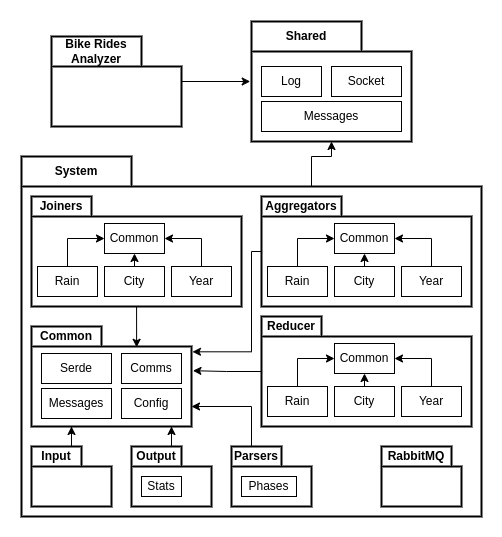
The draw.io diagram informe/diagramas/Paquetes.png in fdelu/distribuidos-tp2, before a commit. Source tidied: cells renumbered, new cells last; positions are measured from the earlier drawing's top-left corner, leaving out a move shared by most shapes.
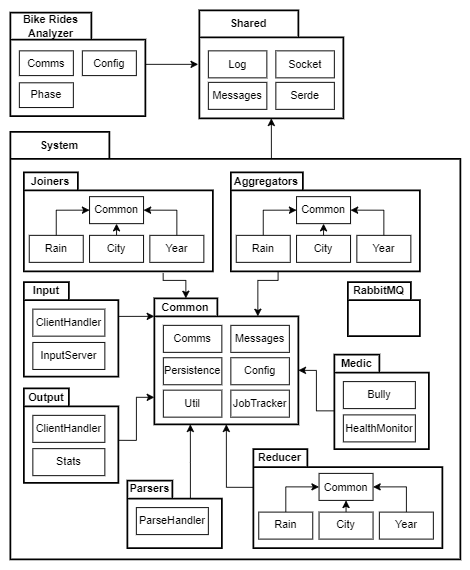
Later version of the same file.

The edit, as a diff of the source:
```diff
@@ -6,76 +6,90 @@
       <mxGeometry relative="1" as="geometry" />
     </mxCell>
     <mxCell id="3" value="Bike Rides Analyzer" style="shape=folder;fontStyle=1;tabWidth=90;tabHeight=30;tabPosition=left;html=1;boundedLbl=1;labelInHeader=1;whiteSpace=wrap;strokeWidth=2;" parent="1" vertex="1">
-      <mxGeometry x="30" y="15" width="130" height="90" as="geometry" />
+      <mxGeometry y="2.5" width="150" height="115" as="geometry" />
     </mxCell>
+    <mxCell id="51" value="Comms" style="html=1;whiteSpace=wrap;" parent="3" vertex="1">
+      <mxGeometry x="10" y="42.5" width="60" height="27.5" as="geometry" />
+    </mxCell>
+    <mxCell id="52" value="Config" style="html=1;whiteSpace=wrap;" parent="3" vertex="1">
+      <mxGeometry x="80" y="42.5" width="60" height="27.5" as="geometry" />
+    </mxCell>
+    <mxCell id="53" value="Phase" style="html=1;whiteSpace=wrap;" parent="3" vertex="1">
+      <mxGeometry x="10" y="78" width="60" height="27.5" as="geometry" />
+    </mxCell>
     <mxCell id="4" style="edgeStyle=orthogonalEdgeStyle;rounded=0;jettySize=auto;html=1;entryX=0.5;entryY=1;entryDx=0;entryDy=0;entryPerimeter=0;exitX=0;exitY=0;exitDx=260;exitDy=30;exitPerimeter=0;" parent="1" edge="1" source="5" target="47">
       <mxGeometry relative="1" as="geometry">
         <Array as="points">
           <mxPoint x="290" y="165" />
-          <mxPoint x="290" y="135" />
-          <mxPoint x="310" y="135" />
         </Array>
       </mxGeometry>
     </mxCell>
     <mxCell id="5" value="System" style="shape=folder;fontStyle=1;tabWidth=110;tabHeight=30;tabPosition=left;html=1;boundedLbl=1;labelInHeader=1;whiteSpace=wrap;strokeWidth=2;" parent="1" vertex="1">
-      <mxGeometry y="135" width="460" height="360" as="geometry" />
+      <mxGeometry y="135" width="500" height="475" as="geometry" />
     </mxCell>
-    <mxCell id="6" style="edgeStyle=orthogonalEdgeStyle;rounded=0;jettySize=auto;html=1;entryX=0.25;entryY=1;entryDx=0;entryDy=0;entryPerimeter=0;" parent="5" edge="1" source="7" target="8">
-      <mxGeometry relative="1" as="geometry" />
+    <mxCell id="6" style="edgeStyle=orthogonalEdgeStyle;rounded=0;jettySize=auto;html=1;entryX=0;entryY=0;entryDx=0;entryDy=20;entryPerimeter=0;exitX=0;exitY=0;exitDx=105;exitDy=62.5;exitPerimeter=0;" parent="5" edge="1" source="7" target="8">
+      <mxGeometry relative="1" as="geometry">
+        <Array as="points">
+          <mxPoint x="120" y="205" />
+        </Array>
+      </mxGeometry>
     </mxCell>
     <mxCell id="7" value="Input" style="shape=folder;fontStyle=1;tabWidth=50;tabHeight=20;tabPosition=left;html=1;boundedLbl=1;labelInHeader=1;whiteSpace=wrap;strokeWidth=2;" parent="5" vertex="1">
-      <mxGeometry x="10" y="290" width="80" height="60" as="geometry" />
+      <mxGeometry x="15" y="167" width="105" height="105" as="geometry" />
     </mxCell>
+    <mxCell id="54" value="ClientHandler" style="html=1;whiteSpace=wrap;" parent="7" vertex="1">
+      <mxGeometry x="10" y="30" width="80" height="30" as="geometry" />
+    </mxCell>
+    <mxCell id="55" value="InputServer" style="html=1;whiteSpace=wrap;" parent="7" vertex="1">
+      <mxGeometry x="10" y="67" width="80" height="30" as="geometry" />
+    </mxCell>
     <mxCell id="8" value="Common" style="shape=folder;fontStyle=1;tabWidth=70;tabHeight=20;tabPosition=left;html=1;boundedLbl=1;labelInHeader=1;whiteSpace=wrap;strokeWidth=2;" parent="5" vertex="1">
-      <mxGeometry x="10" y="170" width="160" height="100" as="geometry" />
+      <mxGeometry x="160" y="185" width="160" height="140" as="geometry" />
     </mxCell>
-    <mxCell id="9" value="Serde" style="html=1;whiteSpace=wrap;" parent="8" vertex="1">
-      <mxGeometry width="70" height="30" relative="1" as="geometry">
-        <mxPoint x="10" y="27" as="offset" />
-      </mxGeometry>
-    </mxCell>
+    <mxCell id="56" value="Util" style="html=1;whiteSpace=wrap;" parent="8" vertex="1">
+      <mxGeometry x="10" y="102" width="65" height="30" as="geometry" />
+    </mxCell>
+    <mxCell id="57" value="JobTracker" style="html=1;whiteSpace=wrap;" parent="8" vertex="1">
+      <mxGeometry x="85" y="102" width="65" height="30" as="geometry" />
+    </mxCell>
+    <mxCell id="58" value="Persistence" style="html=1;whiteSpace=wrap;" parent="8" vertex="1">
+      <mxGeometry x="10" y="66" width="65" height="30" as="geometry" />
+    </mxCell>
+    <mxCell id="59" value="Comms" style="html=1;whiteSpace=wrap;" parent="8" vertex="1">
+      <mxGeometry x="10" y="30" width="65" height="30" as="geometry" />
+    </mxCell>
     <mxCell id="10" value="Messages" style="html=1;whiteSpace=wrap;" parent="8" vertex="1">
-      <mxGeometry x="10" y="62" width="70" height="30" as="geometry" />
+      <mxGeometry x="85" y="30" width="65" height="30" as="geometry" />
     </mxCell>
-    <mxCell id="11" value="Comms" style="html=1;whiteSpace=wrap;" parent="8" vertex="1">
-      <mxGeometry x="90" y="27" width="60" height="30" as="geometry" />
-    </mxCell>
-    <mxCell id="12" value="Config" style="html=1;whiteSpace=wrap;" parent="8" vertex="1">
-      <mxGeometry x="90" y="62" width="60" height="30" as="geometry" />
-    </mxCell>
+    <mxCell id="60" value="Config" style="html=1;whiteSpace=wrap;" parent="8" vertex="1">
+      <mxGeometry x="85" y="66" width="65" height="30" as="geometry" />
+    </mxCell>
-    <mxCell id="13" style="edgeStyle=orthogonalEdgeStyle;rounded=0;jettySize=auto;html=1;entryX=0.875;entryY=1;entryDx=0;entryDy=0;entryPerimeter=0;" parent="5" edge="1" source="14" target="8">
-      <mxGeometry relative="1" as="geometry" />
+    <mxCell id="13" style="edgeStyle=orthogonalEdgeStyle;rounded=0;jettySize=auto;html=1;entryX=0;entryY=0;entryDx=0;entryDy=110;entryPerimeter=0;exitX=1.008;exitY=0.55;exitDx=0;exitDy=0;exitPerimeter=0;" parent="5" edge="1" source="14" target="8">
+      <mxGeometry relative="1" as="geometry">
+        <Array as="points">
+          <mxPoint x="140" y="343" />
+          <mxPoint x="140" y="295" />
+        </Array>
+      </mxGeometry>
     </mxCell>
-    <mxCell id="14" value="Output" style="shape=folder;fontStyle=1;tabWidth=50;tabHeight=20;tabPosition=left;html=1;boundedLbl=1;labelInHeader=1;whiteSpace=wrap;strokeWidth=2;" parent="5" vertex="1">
-      <mxGeometry x="110" y="290" width="80" height="60" as="geometry" />
-    </mxCell>
-    <mxCell id="15" value="Stats" style="html=1;whiteSpace=wrap;" parent="14" vertex="1">
-      <mxGeometry x="10" y="30" width="40" height="20" as="geometry" />
-    </mxCell>
-    <mxCell id="16" style="edgeStyle=orthogonalEdgeStyle;rounded=0;jettySize=auto;html=1;entryX=0;entryY=0;entryDx=160;entryDy=80;entryPerimeter=0;" parent="5" edge="1" source="17" target="8">
+    <mxCell id="16" style="edgeStyle=orthogonalEdgeStyle;rounded=0;jettySize=auto;html=1;entryX=0.25;entryY=1;entryDx=0;entryDy=0;entryPerimeter=0;exitX=0.575;exitY=0.273;exitDx=0;exitDy=0;exitPerimeter=0;" parent="5" edge="1" source="17" target="8">
       <mxGeometry relative="1" as="geometry">
         <Array as="points">
-          <mxPoint x="230" y="250" />
+          <mxPoint x="200" y="367" />
+          <mxPoint x="200" y="355" />
         </Array>
       </mxGeometry>
     </mxCell>
-    <mxCell id="17" value="Parsers" style="shape=folder;fontStyle=1;tabWidth=50;tabHeight=20;tabPosition=left;html=1;boundedLbl=1;labelInHeader=1;whiteSpace=wrap;strokeWidth=2;" parent="5" vertex="1">
-      <mxGeometry x="210" y="290" width="80" height="60" as="geometry" />
-    </mxCell>
-    <mxCell id="18" value="Phases" style="html=1;whiteSpace=wrap;" parent="17" vertex="1">
-      <mxGeometry x="10" y="30" width="55" height="20" as="geometry" />
-    </mxCell>
-    <mxCell id="19" style="edgeStyle=orthogonalEdgeStyle;rounded=0;jettySize=auto;html=1;entryX=1.006;entryY=0.253;entryDx=0;entryDy=0;entryPerimeter=0;" parent="5" edge="1" source="20" target="8">
+    <mxCell id="19" style="edgeStyle=orthogonalEdgeStyle;rounded=0;jettySize=auto;html=1;entryX=0;entryY=0;entryDx=115;entryDy=20;entryPerimeter=0;exitX=0.25;exitY=1;exitDx=0;exitDy=0;exitPerimeter=0;" parent="5" edge="1" source="20" target="8">
       <mxGeometry relative="1" as="geometry">
         <Array as="points">
-          <mxPoint x="230" y="95" />
-          <mxPoint x="230" y="195" />
-          <mxPoint x="171" y="195" />
+          <mxPoint x="298" y="165" />
+          <mxPoint x="275" y="165" />
         </Array>
       </mxGeometry>
     </mxCell>
     <mxCell id="20" value="Aggregators" style="shape=folder;fontStyle=1;tabWidth=80;tabHeight=20;tabPosition=left;html=1;boundedLbl=1;labelInHeader=1;whiteSpace=wrap;strokeWidth=2;" parent="5" vertex="1">
-      <mxGeometry x="240" y="40" width="210" height="110" as="geometry" />
+      <mxGeometry x="245" y="45" width="210" height="110" as="geometry" />
     </mxCell>
     <mxCell id="21" style="edgeStyle=orthogonalEdgeStyle;rounded=0;jettySize=auto;html=1;entryX=0;entryY=0.5;entryDx=0;entryDy=0;" parent="20" edge="1" source="22" target="27">
       <mxGeometry relative="1" as="geometry">
@@ -106,11 +120,11 @@
     <mxCell id="27" value="Common" style="html=1;whiteSpace=wrap;" parent="20" vertex="1">
       <mxGeometry x="73" y="27" width="60" height="30" as="geometry" />
     </mxCell>
-    <mxCell id="28" style="edgeStyle=orthogonalEdgeStyle;rounded=0;jettySize=auto;html=1;entryX=1.009;entryY=0.442;entryDx=0;entryDy=0;entryPerimeter=0;" parent="5" edge="1" source="29" target="8">
+    <mxCell id="28" style="edgeStyle=orthogonalEdgeStyle;rounded=0;jettySize=auto;html=1;exitX=0;exitY=0;exitDx=0;exitDy=42.5;exitPerimeter=0;entryX=0.5;entryY=1;entryDx=0;entryDy=0;entryPerimeter=0;" parent="5" edge="1" source="29" target="8">
       <mxGeometry relative="1" as="geometry" />
     </mxCell>
     <mxCell id="29" value="Reducer" style="shape=folder;fontStyle=1;tabWidth=60;tabHeight=20;tabPosition=left;html=1;boundedLbl=1;labelInHeader=1;whiteSpace=wrap;strokeWidth=2;" parent="5" vertex="1">
-      <mxGeometry x="240" y="160" width="210" height="110" as="geometry" />
+      <mxGeometry x="270" y="352.5" width="210" height="110" as="geometry" />
     </mxCell>
     <mxCell id="30" style="edgeStyle=orthogonalEdgeStyle;rounded=0;jettySize=auto;html=1;entryX=0;entryY=0.5;entryDx=0;entryDy=0;" parent="29" edge="1" source="31" target="36">
       <mxGeometry relative="1" as="geometry">
@@ -141,11 +155,16 @@
     <mxCell id="36" value="Common" style="html=1;whiteSpace=wrap;" parent="29" vertex="1">
       <mxGeometry x="73" y="27" width="60" height="30" as="geometry" />
     </mxCell>
-    <mxCell id="37" style="rounded=0;jettySize=auto;html=1;entryX=0.657;entryY=0.208;entryDx=0;entryDy=0;entryPerimeter=0;" parent="5" edge="1" source="38" target="8">
-      <mxGeometry relative="1" as="geometry" />
+    <mxCell id="37" style="rounded=0;jettySize=auto;html=1;entryX=0;entryY=0;entryDx=35;entryDy=0;entryPerimeter=0;exitX=0.737;exitY=1.016;exitDx=0;exitDy=0;exitPerimeter=0;edgeStyle=orthogonalEdgeStyle;" parent="5" edge="1" source="38" target="8">
+      <mxGeometry relative="1" as="geometry">
+        <Array as="points">
+          <mxPoint x="170" y="165" />
+          <mxPoint x="195" y="165" />
+        </Array>
+      </mxGeometry>
     </mxCell>
     <mxCell id="38" value="Joiners" style="shape=folder;fontStyle=1;tabWidth=60;tabHeight=20;tabPosition=left;html=1;boundedLbl=1;labelInHeader=1;whiteSpace=wrap;strokeWidth=2;" parent="5" vertex="1">
-      <mxGeometry x="10" y="40" width="210" height="110" as="geometry" />
+      <mxGeometry x="15" y="45" width="210" height="110" as="geometry" />
     </mxCell>
     <mxCell id="39" style="edgeStyle=orthogonalEdgeStyle;rounded=0;jettySize=auto;html=1;entryX=0;entryY=0.5;entryDx=0;entryDy=0;" parent="38" edge="1" source="40" target="45">
       <mxGeometry relative="1" as="geometry">
@@ -177,21 +196,52 @@
       <mxGeometry x="73" y="27" width="60" height="30" as="geometry" />
     </mxCell>
     <mxCell id="46" value="RabbitMQ" style="shape=folder;fontStyle=1;tabWidth=70;tabHeight=20;tabPosition=left;html=1;boundedLbl=1;labelInHeader=1;whiteSpace=wrap;strokeWidth=2;" parent="5" vertex="1">
-      <mxGeometry x="360" y="290" width="80" height="60" as="geometry" />
+      <mxGeometry x="375" y="167" width="80" height="60" as="geometry" />
     </mxCell>
+    <mxCell id="14" value="Output" style="shape=folder;fontStyle=1;tabWidth=50;tabHeight=20;tabPosition=left;html=1;boundedLbl=1;labelInHeader=1;whiteSpace=wrap;strokeWidth=2;" parent="5" vertex="1">
+      <mxGeometry x="15" y="285" width="105" height="105" as="geometry" />
+    </mxCell>
+    <mxCell id="61" value="ClientHandler" style="html=1;whiteSpace=wrap;" parent="14" vertex="1">
+      <mxGeometry x="10" y="30" width="80" height="30" as="geometry" />
+    </mxCell>
+    <mxCell id="15" value="Stats" style="html=1;whiteSpace=wrap;" parent="14" vertex="1">
+      <mxGeometry x="10" y="67" width="80" height="30" as="geometry" />
+    </mxCell>
+    <mxCell id="17" value="Parsers" style="shape=folder;fontStyle=1;tabWidth=50;tabHeight=20;tabPosition=left;html=1;boundedLbl=1;labelInHeader=1;whiteSpace=wrap;strokeWidth=2;" parent="5" vertex="1">
+      <mxGeometry x="130" y="387.5" width="105" height="75" as="geometry" />
+    </mxCell>
+    <mxCell id="62" value="ParseHandler" style="html=1;whiteSpace=wrap;" parent="17" vertex="1">
+      <mxGeometry x="10" y="30" width="80" height="30" as="geometry" />
+    </mxCell>
+    <mxCell id="63" style="edgeStyle=orthogonalEdgeStyle;rounded=0;jettySize=auto;html=1;exitX=0;exitY=0;exitDx=0;exitDy=62.5;exitPerimeter=0;entryX=0;entryY=0;entryDx=160;entryDy=80;entryPerimeter=0;" parent="5" edge="1" source="64" target="8">
+      <mxGeometry relative="1" as="geometry" />
+    </mxCell>
+    <mxCell id="64" value="Medic" style="shape=folder;fontStyle=1;tabWidth=50;tabHeight=20;tabPosition=left;html=1;boundedLbl=1;labelInHeader=1;whiteSpace=wrap;strokeWidth=2;" parent="5" vertex="1">
+      <mxGeometry x="360" y="247.5" width="105" height="105" as="geometry" />
+    </mxCell>
+    <mxCell id="65" value="Bully" style="html=1;whiteSpace=wrap;" parent="64" vertex="1">
+      <mxGeometry x="10" y="30" width="80" height="30" as="geometry" />
+    </mxCell>
+    <mxCell id="66" value="HealthMonitor" style="html=1;whiteSpace=wrap;" parent="64" vertex="1">
+      <mxGeometry x="10" y="67" width="80" height="30" as="geometry" />
+    </mxCell>
+    <mxCell id="67" style="edgeStyle=orthogonalEdgeStyle;rounded=0;orthogonalLoop=1;jettySize=auto;html=1;exitX=0.5;exitY=1;exitDx=0;exitDy=0;exitPerimeter=0;" parent="5" edge="1" source="46" target="46">
+      <mxGeometry relative="1" as="geometry" />
+    </mxCell>
     <mxCell id="47" value="Shared" style="shape=folder;fontStyle=1;tabWidth=110;tabHeight=30;tabPosition=left;html=1;boundedLbl=1;labelInHeader=1;whiteSpace=wrap;strokeWidth=2;" parent="1" vertex="1">
-      <mxGeometry x="230" width="160" height="120" as="geometry" />
+      <mxGeometry x="210" width="160" height="120" as="geometry" />
     </mxCell>
+    <mxCell id="49" value="Messages" style="html=1;whiteSpace=wrap;" parent="47" vertex="1">
+      <mxGeometry x="10" y="80" width="65" height="30" as="geometry" />
+    </mxCell>
+    <mxCell id="9" value="Serde" style="html=1;whiteSpace=wrap;" parent="47" vertex="1">
+      <mxGeometry x="85" y="80" width="65" height="30" as="geometry" />
+    </mxCell>
     <mxCell id="48" value="Log" style="html=1;whiteSpace=wrap;" parent="47" vertex="1">
-      <mxGeometry width="60" height="30" relative="1" as="geometry">
-        <mxPoint x="10" y="45" as="offset" />
-      </mxGeometry>
+      <mxGeometry x="10" y="45" width="65" height="30" as="geometry" />
     </mxCell>
-    <mxCell id="49" value="Messages" style="html=1;whiteSpace=wrap;" parent="47" vertex="1">
-      <mxGeometry x="10" y="80" width="140" height="30" as="geometry" />
-    </mxCell>
     <mxCell id="50" value="Socket" style="html=1;whiteSpace=wrap;" parent="47" vertex="1">
-      <mxGeometry x="80" y="45" width="70" height="30" as="geometry" />
+      <mxGeometry x="85" y="45" width="65" height="30" as="geometry" />
     </mxCell>
   </root>
 </mxGraphModel>
```
